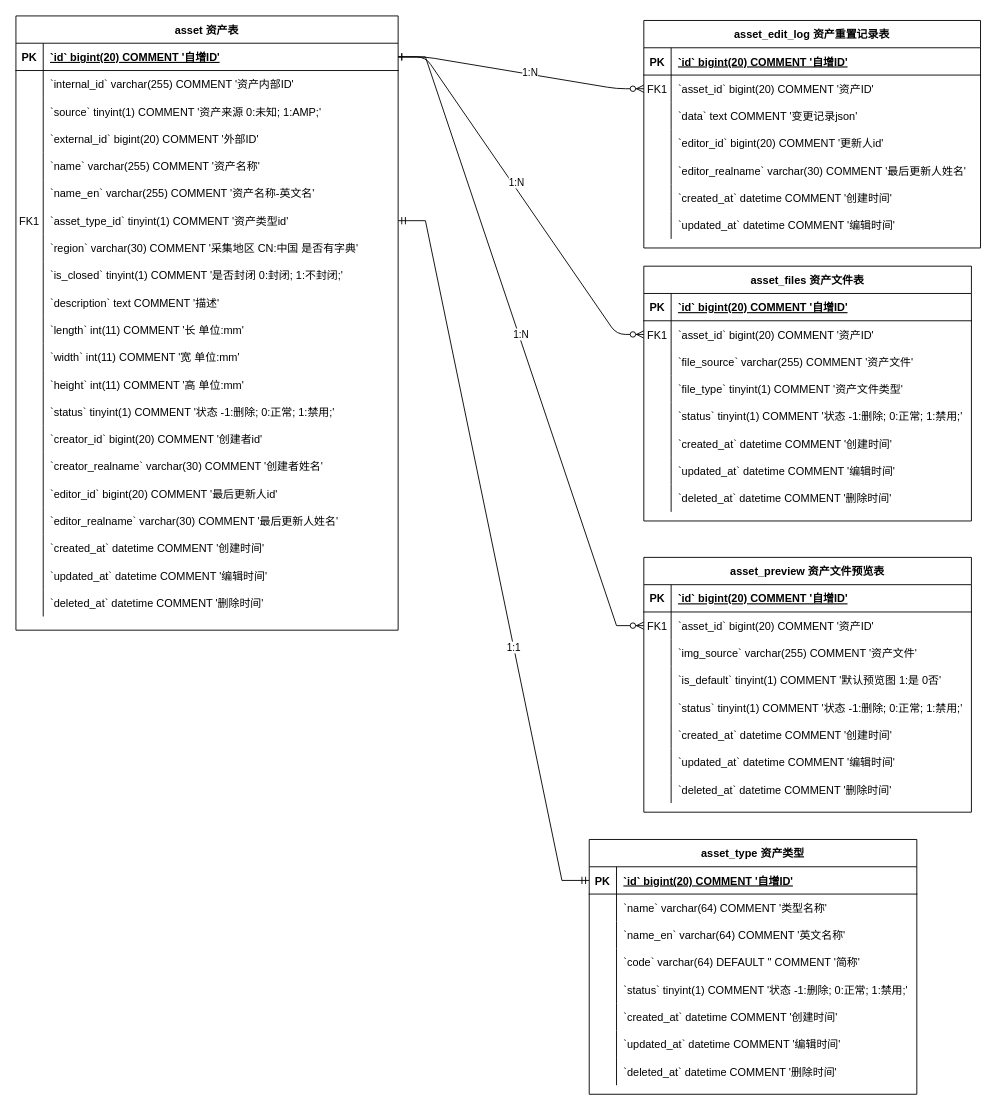
Above: page "E-R图" (3 of 3) of 数字资产中心1.0.drawio in booldesign/draw (draw.io), before the change. Source tidied: cells renumbered, new cells numbered last; positions are measured from the earlier drawing's top-left corner, leaving out a move shared by most shapes. Both pictures are drawn from the tidied source at 91%, with x=0, y=0 at pixel (15, 15).
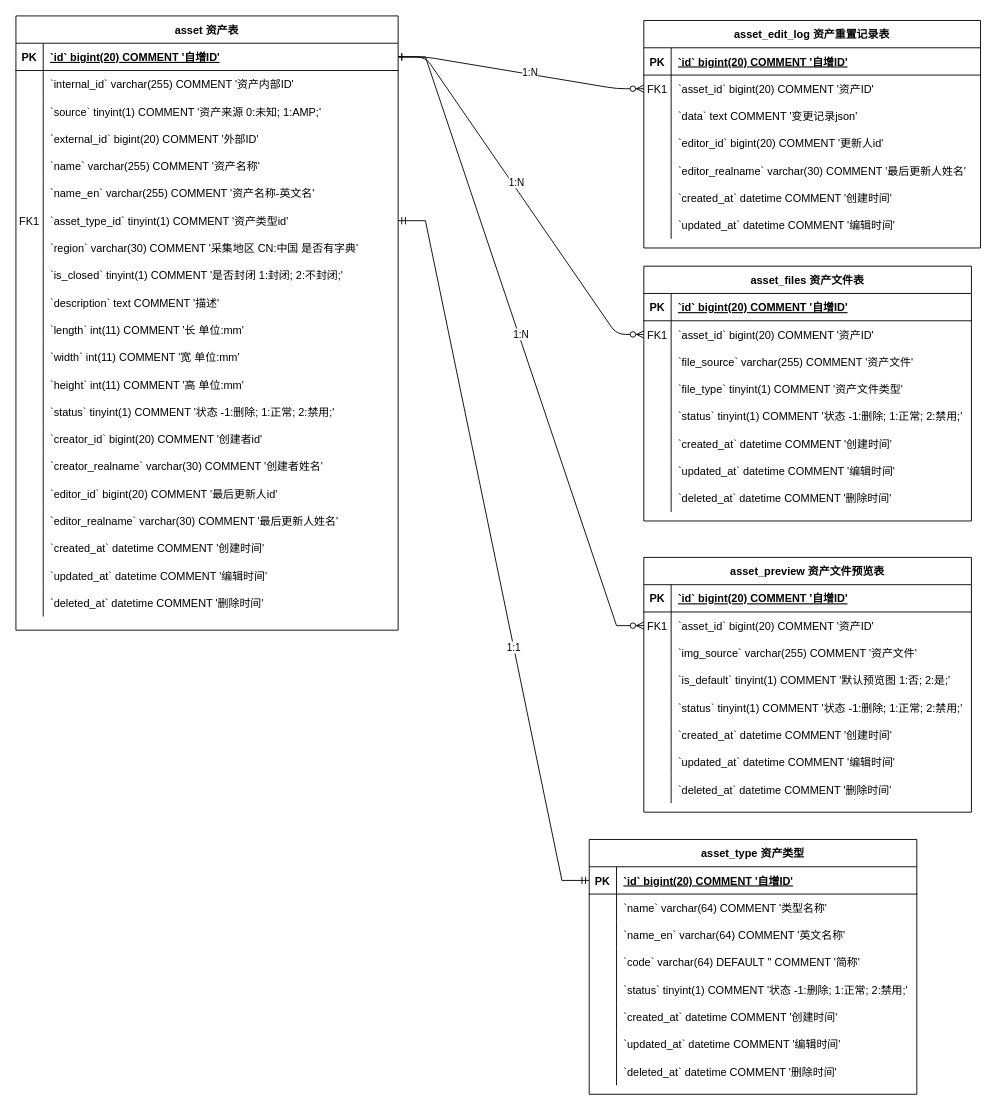
The same page after the edit.

Unchanged cells that the change refers to:
```xml
<mxCell id="51" style="shape=partialRectangle;fillColor=none;top=0;left=0;right=0;bottom=0;" parent="26" vertex="1">
  <mxGeometry y="270" width="420" height="30" as="geometry" />
</mxCell>
<mxCell id="66" style="shape=partialRectangle;fillColor=none;top=0;left=0;right=0;bottom=0;" parent="26" vertex="1">
  <mxGeometry y="420" width="420" height="30" as="geometry" />
</mxCell>
<mxCell id="105" style="shape=partialRectangle;fillColor=none;top=0;left=0;right=0;bottom=0;" parent="92" vertex="1">
  <mxGeometry y="150" width="360" height="30" as="geometry" />
</mxCell>
<mxCell id="127" style="shape=partialRectangle;fillColor=none;top=0;left=0;right=0;bottom=0;" parent="117" vertex="1">
  <mxGeometry y="120" width="360" height="30" as="geometry" />
</mxCell>
<mxCell id="130" style="shape=partialRectangle;fillColor=none;top=0;left=0;right=0;bottom=0;" parent="117" vertex="1">
  <mxGeometry y="150" width="360" height="30" as="geometry" />
</mxCell>
<mxCell id="157" style="shape=partialRectangle;fillColor=none;top=0;left=0;right=0;bottom=0;" parent="144" vertex="1">
  <mxGeometry y="150" width="360" height="30" as="geometry" />
</mxCell>
```

What changed in the source:
```diff
@@
-    <mxCell id="53" value="`is_closed` tinyint(1) COMMENT '是否封闭 0:封闭; 1:不封闭;'" style="shape=partialRectangle;overflow=hidden;fillColor=none;top=0;left=0;bottom=0;right=0;align=left;spacingLeft=6;" parent="51" vertex="1">
+    <mxCell id="53" value="`is_closed` tinyint(1) COMMENT '是否封闭 1:封闭; 2:不封闭;'" style="shape=partialRectangle;overflow=hidden;fillColor=none;top=0;left=0;bottom=0;right=0;align=left;spacingLeft=6;" parent="51" vertex="1">
       <mxGeometry x="30" width="390" height="30" as="geometry" />
     </mxCell>
@@
-    <mxCell id="68" value="`status` tinyint(1) COMMENT '状态 -1:删除; 0:正常; 1:禁用;'" style="shape=partialRectangle;overflow=hidden;fillColor=none;top=0;left=0;bottom=0;right=0;align=left;spacingLeft=6;" parent="66" vertex="1">
+    <mxCell id="68" value="`status` tinyint(1) COMMENT '状态 -1:删除; 1:正常; 2:禁用;'" style="shape=partialRectangle;overflow=hidden;fillColor=none;top=0;left=0;bottom=0;right=0;align=left;spacingLeft=6;" parent="66" vertex="1">
       <mxGeometry x="30" width="390" height="30" as="geometry" />
     </mxCell>
@@
-    <mxCell id="107" value="`status` tinyint(1) COMMENT '状态 -1:删除; 0:正常; 1:禁用;'" style="shape=partialRectangle;overflow=hidden;fillColor=none;top=0;left=0;bottom=0;right=0;align=left;spacingLeft=6;" parent="105" vertex="1">
+    <mxCell id="107" value="`status` tinyint(1) COMMENT '状态 -1:删除; 1:正常; 2:禁用;'" style="shape=partialRectangle;overflow=hidden;fillColor=none;top=0;left=0;bottom=0;right=0;align=left;spacingLeft=6;" parent="105" vertex="1">
       <mxGeometry x="30" width="330" height="30" as="geometry" />
     </mxCell>
@@
-    <mxCell id="129" value="`is_default` tinyint(1) COMMENT '默认预览图 1:是 0否'" style="shape=partialRectangle;overflow=hidden;fillColor=none;top=0;left=0;bottom=0;right=0;align=left;spacingLeft=6;" parent="127" vertex="1">
+    <mxCell id="129" value="`is_default` tinyint(1) COMMENT '默认预览图 1:否; 2:是;'" style="shape=partialRectangle;overflow=hidden;fillColor=none;top=0;left=0;bottom=0;right=0;align=left;spacingLeft=6;" parent="127" vertex="1">
       <mxGeometry x="30" width="330" height="30" as="geometry" />
     </mxCell>
@@
-    <mxCell id="132" value="`status` tinyint(1) COMMENT '状态 -1:删除; 0:正常; 1:禁用;'" style="shape=partialRectangle;overflow=hidden;fillColor=none;top=0;left=0;bottom=0;right=0;align=left;spacingLeft=6;" parent="130" vertex="1">
+    <mxCell id="132" value="`status` tinyint(1) COMMENT '状态 -1:删除; 1:正常; 2:禁用;'" style="shape=partialRectangle;overflow=hidden;fillColor=none;top=0;left=0;bottom=0;right=0;align=left;spacingLeft=6;" parent="130" vertex="1">
       <mxGeometry x="30" width="330" height="30" as="geometry" />
     </mxCell>
@@
-    <mxCell id="159" value="`status` tinyint(1) COMMENT '状态 -1:删除; 0:正常; 1:禁用;'" style="shape=partialRectangle;overflow=hidden;fillColor=none;top=0;left=0;bottom=0;right=0;align=left;spacingLeft=6;" parent="157" vertex="1">
+    <mxCell id="159" value="`status` tinyint(1) COMMENT '状态 -1:删除; 1:正常; 2:禁用;'" style="shape=partialRectangle;overflow=hidden;fillColor=none;top=0;left=0;bottom=0;right=0;align=left;spacingLeft=6;" parent="157" vertex="1">
       <mxGeometry x="30" width="330" height="30" as="geometry" />
     </mxCell>
```
